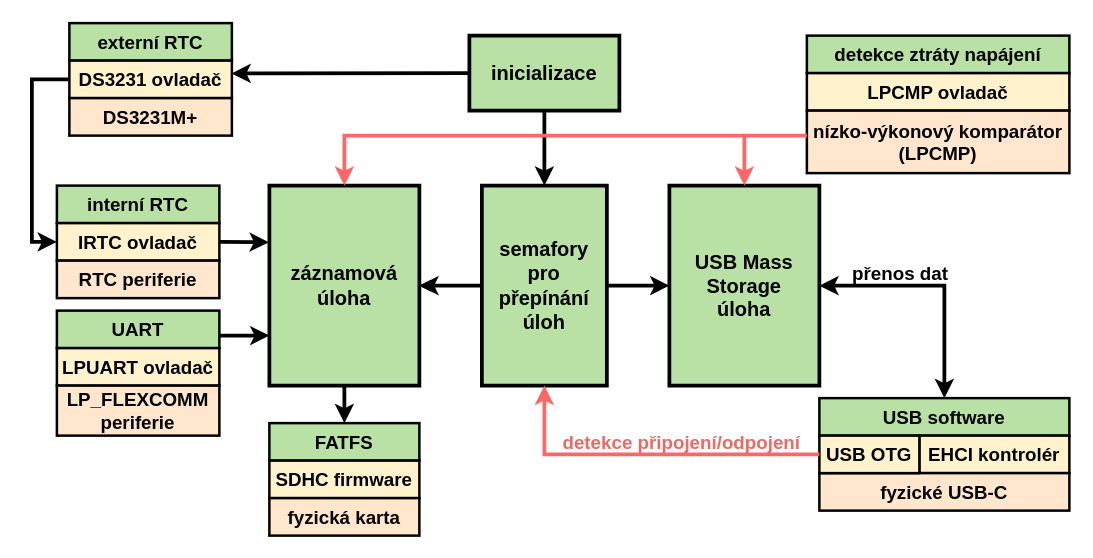
The draw.io diagram diagrams/system_architecture/system_architecture.drawio in Doly02/thesis, before the edit. Source tidied: cells renumbered, new cells numbered last; positions are measured from the earlier drawing's top-left corner, leaving out a move shared by most shapes. Both pictures are drawn from the tidied source at 125%, with x=0, y=0 at pixel (31, 22).
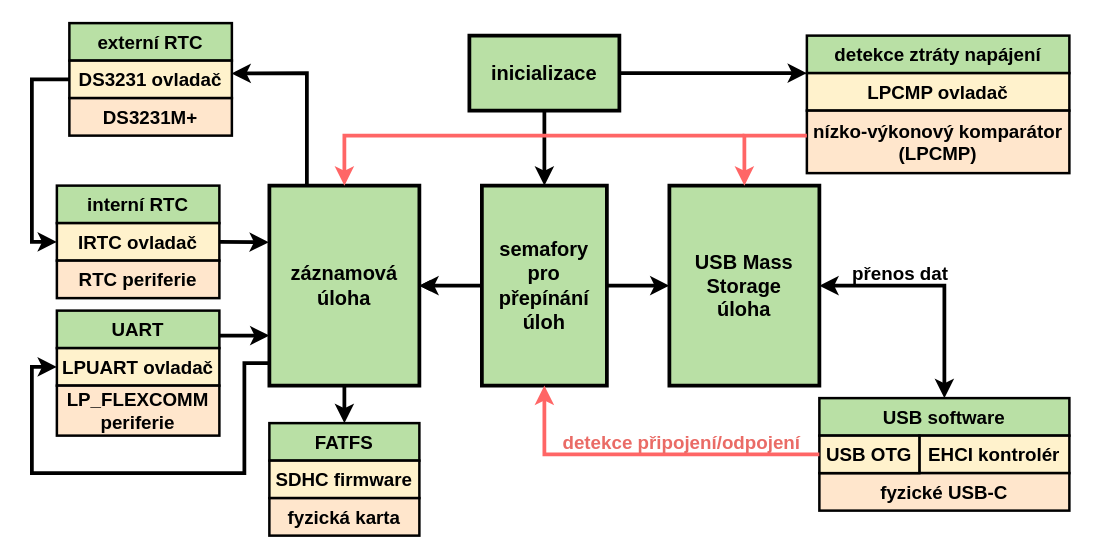
After the change.

Commit message (it also covers changes not shown here):
[TECH_REPORT] Updates System Architecture Diagram, Forward Write Diagram and Appendices.

Unchanged cells that the change refers to:
```xml
<mxCell id="2" value="&lt;b&gt;&lt;font style=&quot;font-size: 16px;&quot;&gt;inicializace&lt;/font&gt;&lt;/b&gt;" style="rounded=0;whiteSpace=wrap;html=1;strokeWidth=3;fillColor=#B9E0A5;" parent="1" vertex="1">
  <mxGeometry x="350" y="10" width="120" height="60" as="geometry" />
</mxCell>
<mxCell id="6" value="&lt;b&gt;&lt;font style=&quot;font-size: 16px;&quot;&gt;záznamová&lt;/font&gt;&lt;/b&gt;&lt;div&gt;&lt;b&gt;&lt;font style=&quot;font-size: 16px;&quot;&gt;úloha&lt;/font&gt;&lt;/b&gt;&lt;/div&gt;" style="rounded=0;whiteSpace=wrap;html=1;strokeWidth=3;fillColor=#B9E0A5;" parent="1" vertex="1">
  <mxGeometry x="190" y="130" width="120" height="160" as="geometry" />
</mxCell>
<mxCell id="11" value="&lt;b&gt;&lt;font style=&quot;font-size: 15px;&quot;&gt;LPCMP ovladač&lt;/font&gt;&lt;/b&gt;" style="rounded=0;whiteSpace=wrap;html=1;strokeWidth=2;fillColor=#fff2cc;strokeColor=#000000;" parent="1" vertex="1">
  <mxGeometry x="620" y="40" width="210" height="30" as="geometry" />
</mxCell>
<mxCell id="28" value="&lt;b&gt;&lt;font style=&quot;font-size: 15px;&quot;&gt;DS3231 ovladač&lt;/font&gt;&lt;/b&gt;" style="rounded=0;whiteSpace=wrap;html=1;strokeWidth=2;fillColor=#fff2cc;strokeColor=#000000;" parent="1" vertex="1">
  <mxGeometry x="30" y="30" width="130" height="30" as="geometry" />
</mxCell>
<mxCell id="36" value="&lt;b&gt;&lt;font style=&quot;font-size: 15px;&quot;&gt;LPUART ovladač&lt;/font&gt;&lt;/b&gt;" style="rounded=0;whiteSpace=wrap;html=1;strokeWidth=2;fillColor=#fff2cc;strokeColor=#000000;" parent="1" vertex="1">
  <mxGeometry x="20" y="260" width="130" height="30" as="geometry" />
</mxCell>
```

The edit, as a diff of the source:
```diff
@@
-    <mxCell id="30" style="endArrow=classic;html=1;rounded=0;entryX=0.998;entryY=0.341;entryDx=0;entryDy=0;exitX=0;exitY=0.5;exitDx=0;exitDy=0;strokeWidth=3;entryPerimeter=0;" parent="1" edge="1" source="2" target="28">
-      <mxGeometry relative="1" as="geometry" />
+    <mxCell id="30" style="endArrow=classic;html=1;rounded=0;entryX=0.998;entryY=0.341;entryDx=0;entryDy=0;exitX=0.25;exitY=0;exitDx=0;exitDy=0;strokeWidth=3;entryPerimeter=0;" parent="1" edge="1" source="6" target="28">
+      <mxGeometry relative="1" as="geometry">
+        <Array as="points">
+          <mxPoint x="220" y="40" />
+        </Array>
+      </mxGeometry>
     </mxCell>
@@
+    <mxCell id="40" style="endArrow=classic;html=1;rounded=0;exitX=0;exitY=0.887;exitDx=0;exitDy=0;entryX=0;entryY=0.5;entryDx=0;entryDy=0;strokeWidth=3;exitPerimeter=0;" parent="1" edge="1" source="6" target="36">
+      <mxGeometry relative="1" as="geometry">
+        <Array as="points">
+          <mxPoint x="170" y="272" />
+          <mxPoint x="170" y="360" />
+          <mxPoint y="360" />
+          <mxPoint y="275" />
+        </Array>
+      </mxGeometry>
+    </mxCell>
+    <mxCell id="41" style="endArrow=classic;html=1;rounded=0;exitX=1;exitY=0.5;exitDx=0;exitDy=0;entryX=0;entryY=0;entryDx=0;entryDy=0;strokeWidth=3;" parent="1" edge="1" source="2" target="11">
+      <mxGeometry relative="1" as="geometry" />
+    </mxCell>
```
